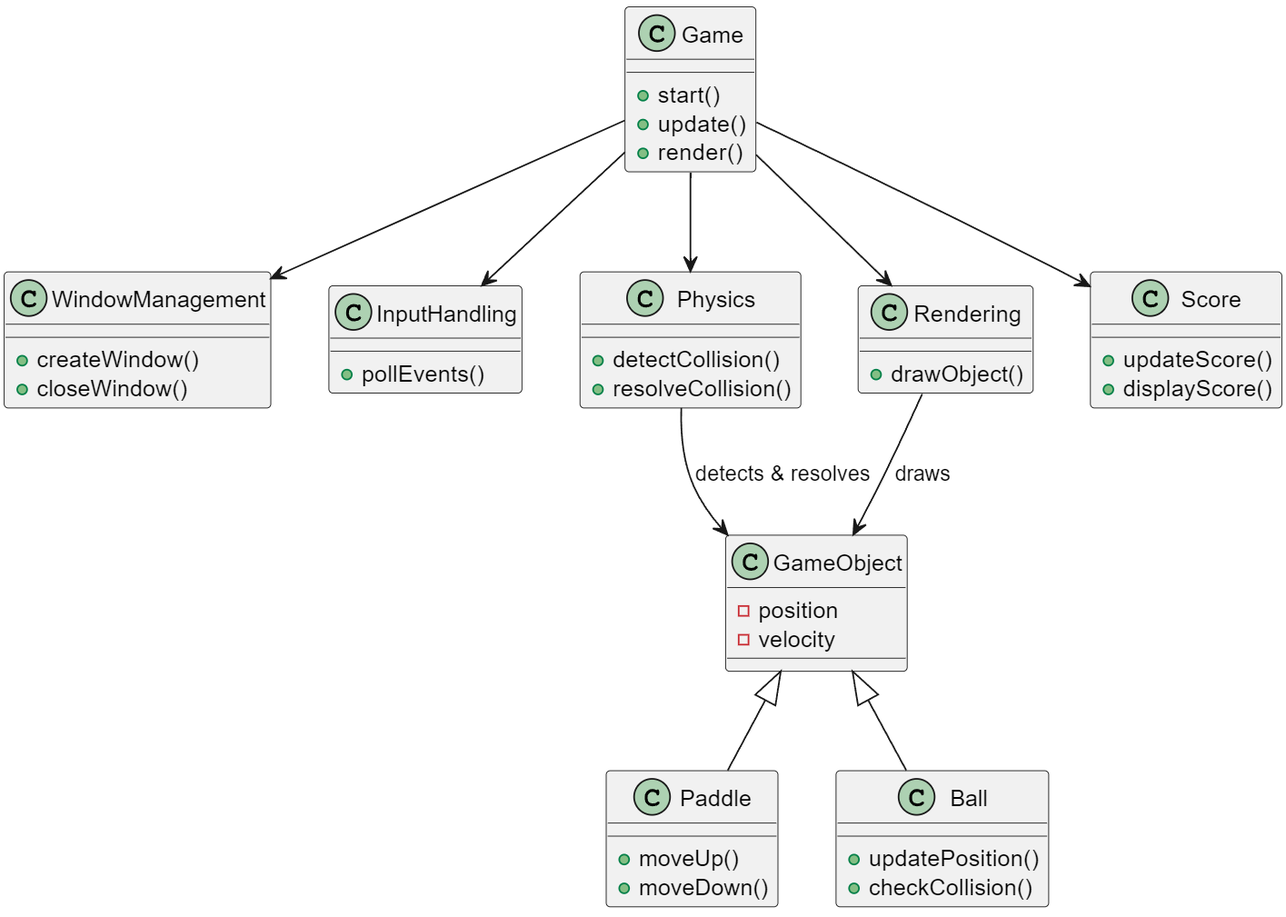
This is docs/GameDesign.png from Sage-Cat/pong_game, a PlantUML export, as it was before one commit. Its source is kept beside it as docs/GameDesign.puml. The source it was exported from:
```plantuml
@startuml

class Game {
    +start()
    +update()
    +render()
}

class WindowManager {
    +createWindow()
    +closeWindow()
}

class InputHandler {
    +pollEvents()
}

class GameObject {
    -position
    -velocity
}

class Paddle extends GameObject {
    +moveUp()
    +moveDown()
}

class Ball extends GameObject {
    +updatePosition()
    +checkCollision()
}

class Physics {
    +detectCollision()
    +resolveCollision()
}

class Rendering {
    +drawObject()
}

class Score {
    +updateScore()
    +displayScore()
}

Game --> WindowManager
Game --> InputHandling
Game --> Physics
Game --> Rendering
Game --> Score

Physics --> GameObject : detects & resolves
Rendering --> GameObject : draws

@enduml
```
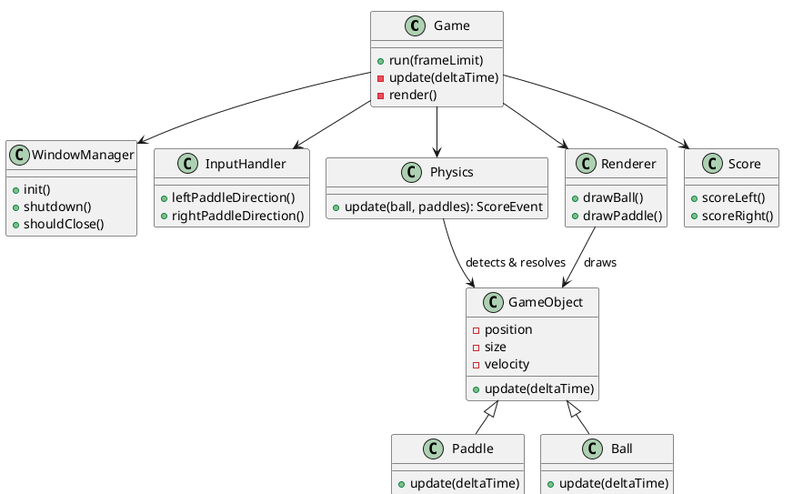
Later version of the same file.

What changed in the source:
```diff
@@ -1,56 +1,58 @@
 @startuml
 
 class Game {
-    +start()
-    +update()
-    +render()
+    +run(frameLimit)
+    -update(deltaTime)
+    -render()
 }
 
 class WindowManager {
-    +createWindow()
-    +closeWindow()
+    +init()
+    +shutdown()
+    +shouldClose()
 }
 
 class InputHandler {
-    +pollEvents()
+    +leftPaddleDirection()
+    +rightPaddleDirection()
 }
 
 class GameObject {
     -position
+    -size
     -velocity
+    +update(deltaTime)
 }
 
 class Paddle extends GameObject {
-    +moveUp()
-    +moveDown()
+    +update(deltaTime)
 }
 
 class Ball extends GameObject {
-    +updatePosition()
-    +checkCollision()
+    +update(deltaTime)
 }
 
 class Physics {
-    +detectCollision()
-    +resolveCollision()
+    +update(ball, paddles): ScoreEvent
 }
 
-class Rendering {
-    +drawObject()
+class Renderer {
+    +drawBall()
+    +drawPaddle()
 }
 
 class Score {
-    +updateScore()
-    +displayScore()
+    +scoreLeft()
+    +scoreRight()
 }
 
 Game --> WindowManager
-Game --> InputHandling
+Game --> InputHandler
 Game --> Physics
-Game --> Rendering
+Game --> Renderer
 Game --> Score
 
 Physics --> GameObject : detects & resolves
-Rendering --> GameObject : draws
+Renderer --> GameObject : draws
 
 @enduml
```
